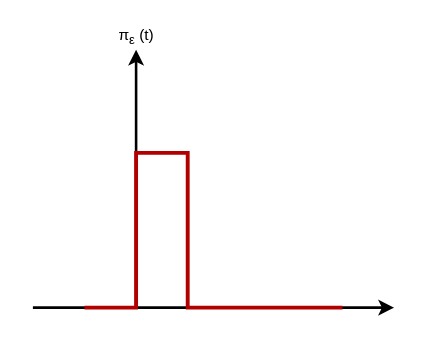
This is Week7/Drawings/Unit Pulse.drawio from Dengesizizm/ME462Project, a draw.io file, before an edit. Source tidied: cells renumbered, new cells numbered last; positions are measured from the earlier drawing's top-left corner, leaving out a move shared by most shapes. Both pictures are drawn from the tidied source at 129%, with x=0, y=0 at pixel (32, 23).
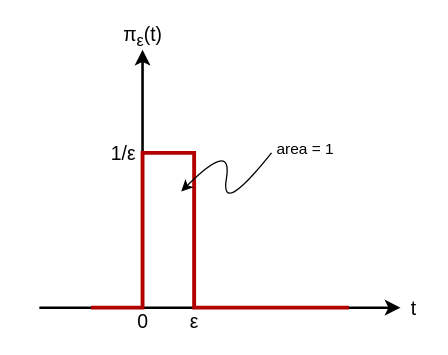
The same diagram, later.

Change to the diagram source:
```diff
@@
 <mxGraphModel>
   <root>
     <mxCell id="0" />
     <mxCell id="1" parent="0" />
     <mxCell id="2" style="endArrow=classic;html=1;strokeWidth=2;" parent="1" edge="1">
       <mxGeometry relative="1" as="geometry">
-        <mxPoint x="80" y="220" as="sourcePoint" />
-        <mxPoint x="80" y="20" as="targetPoint" />
+        <mxPoint x="85" y="220" as="sourcePoint" />
+        <mxPoint x="85" y="20" as="targetPoint" />
       </mxGeometry>
     </mxCell>
     <mxCell id="3" style="endArrow=classic;html=1;strokeWidth=2;" parent="1" edge="1">
       <mxGeometry relative="1" as="geometry">
-        <mxPoint y="220" as="sourcePoint" />
-        <mxPoint x="280" y="220" as="targetPoint" />
+        <mxPoint x="5" y="220" as="sourcePoint" />
+        <mxPoint x="285" y="220" as="targetPoint" />
       </mxGeometry>
     </mxCell>
     <mxCell id="4" style="endArrow=none;html=1;strokeWidth=3;fillColor=#e51400;strokeColor=#B20000;rounded=0;" parent="1" edge="1">
       <mxGeometry relative="1" as="geometry">
-        <mxPoint x="40" y="220" as="sourcePoint" />
-        <mxPoint x="240" y="220" as="targetPoint" />
+        <mxPoint x="45" y="220" as="sourcePoint" />
+        <mxPoint x="245" y="220" as="targetPoint" />
         <Array as="points">
-          <mxPoint x="80" y="220" />
-          <mxPoint x="80" y="100" />
-          <mxPoint x="120" y="100" />
-          <mxPoint x="120" y="220" />
+          <mxPoint x="85" y="220" />
+          <mxPoint x="85" y="100" />
+          <mxPoint x="125" y="100" />
+          <mxPoint x="125" y="220" />
         </Array>
       </mxGeometry>
     </mxCell>
-    <mxCell id="5" value="π&lt;sub&gt;ε&lt;/sub&gt; (t)" style="text;html=1;align=center;verticalAlign=middle;" parent="1" vertex="1">
-      <mxGeometry x="60" width="40" height="20" as="geometry" />
+    <mxCell id="5" value="&lt;font style=&quot;font-size: 15px&quot;&gt;π&lt;sub&gt;ε&lt;/sub&gt;(t)&lt;/font&gt;" style="text;html=1;align=center;verticalAlign=middle;" parent="1" vertex="1">
+      <mxGeometry x="60" width="50" height="20" as="geometry" />
     </mxCell>
+    <mxCell id="6" value="&lt;font style=&quot;font-size: 15px&quot;&gt;t&lt;/font&gt;" style="text;html=1;align=center;verticalAlign=middle;" parent="1" vertex="1">
+      <mxGeometry x="285" y="210" width="20" height="20" as="geometry" />
+    </mxCell>
+    <mxCell id="7" value="&lt;font style=&quot;font-size: 15px&quot;&gt;1/ε&lt;/font&gt;" style="text;html=1;align=center;verticalAlign=middle;" parent="1" vertex="1">
+      <mxGeometry x="55" y="90" width="30" height="20" as="geometry" />
+    </mxCell>
+    <mxCell id="8" value="&lt;font style=&quot;font-size: 15px&quot;&gt;0&lt;/font&gt;" style="text;html=1;align=center;verticalAlign=middle;" parent="1" vertex="1">
+      <mxGeometry x="75" y="220" width="20" height="20" as="geometry" />
+    </mxCell>
+    <mxCell id="9" value="&lt;font style=&quot;font-size: 15px&quot;&gt;ε&lt;/font&gt;" style="text;html=1;align=center;verticalAlign=middle;" parent="1" vertex="1">
+      <mxGeometry x="115" y="220" width="20" height="20" as="geometry" />
+    </mxCell>
+    <mxCell id="10" style="curved=1;endArrow=classic;html=1;strokeWidth=1;" parent="1" edge="1">
+      <mxGeometry relative="1" as="geometry">
+        <mxPoint x="185" y="100" as="sourcePoint" />
+        <mxPoint x="115" y="130" as="targetPoint" />
+        <Array as="points">
+          <mxPoint x="145" y="150" />
+          <mxPoint x="155" y="90" />
+        </Array>
+      </mxGeometry>
+    </mxCell>
+    <mxCell id="11" value="area = 1" style="text;html=1;align=center;verticalAlign=middle;" parent="1" vertex="1">
+      <mxGeometry x="181" y="87" width="60" height="20" as="geometry" />
+    </mxCell>
   </root>
 </mxGraphModel>
```
